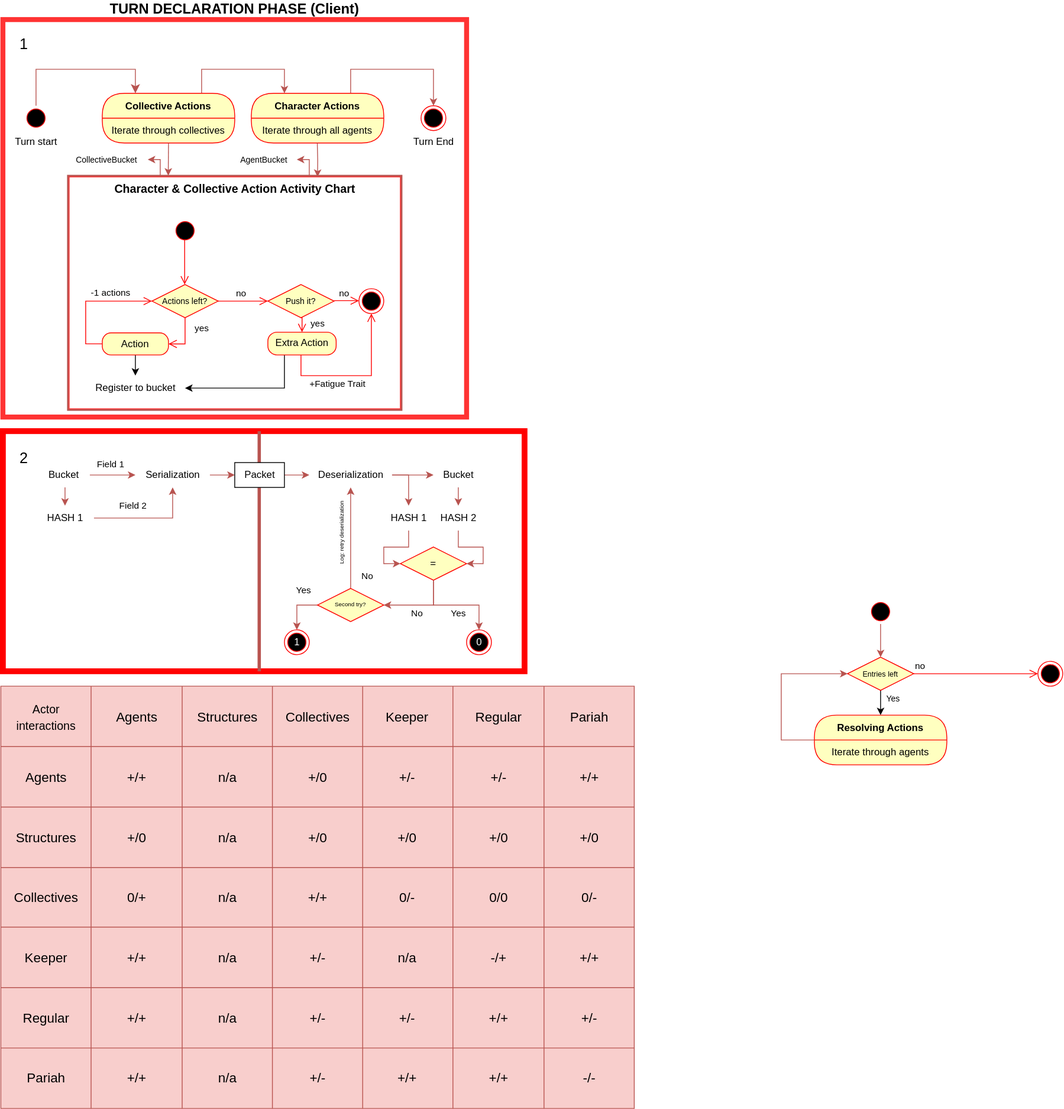
Earlier version of the draw.io export TheProspector/Assets/Schematics/Activity.svg (SakuNurmiranta/TheProspector). Source tidied: cells renumbered, new cells last; positions are measured from the earlier drawing's top-left corner, leaving out a move shared by most shapes.
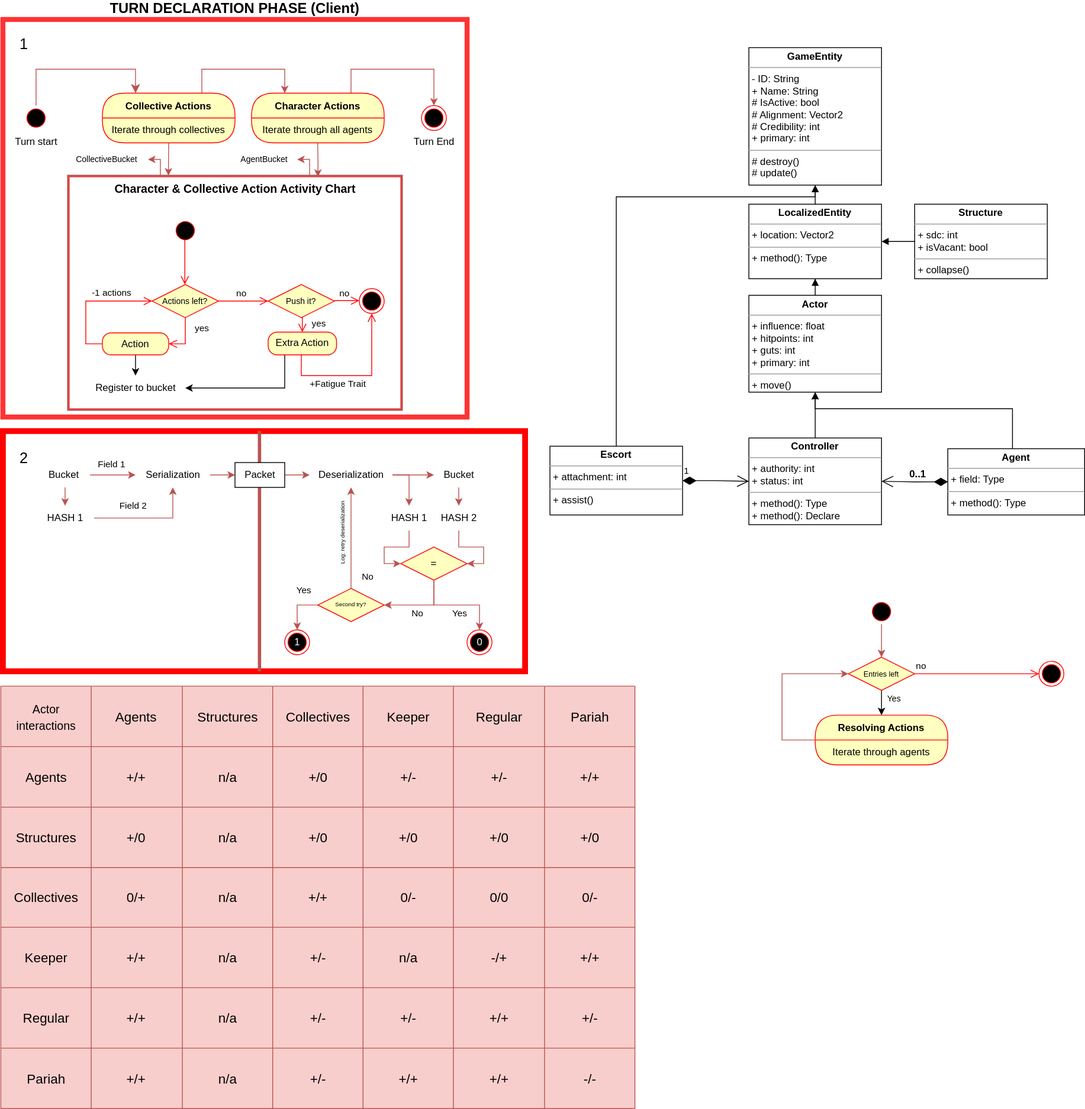
Above is the later version.

Commit message:
Defined GAmeEntity and derivates on paper

The edit, as a diff of the source:
```diff
@@ -537,5 +537,60 @@
     <mxCell id="147" value="1&lt;br style=&quot;font-size: 18px;&quot;&gt;" style="text;html=1;align=center;verticalAlign=middle;strokeColor=none;fillColor=none;fontSize=18;" parent="1" vertex="1">
       <mxGeometry x="12" y="10" width="30" height="40" as="geometry" />
     </mxCell>
+    <mxCell id="148" value="&lt;p style=&quot;margin:0px;margin-top:4px;text-align:center;&quot;&gt;&lt;b&gt;GameEntity&lt;/b&gt;&lt;/p&gt;&lt;hr size=&quot;1&quot;&gt;&lt;p style=&quot;margin:0px;margin-left:4px;&quot;&gt;- ID: String&lt;/p&gt;&lt;p style=&quot;border-color: var(--border-color); margin: 0px 0px 0px 4px;&quot;&gt;+ Name: String&lt;/p&gt;&lt;p style=&quot;border-color: var(--border-color); margin: 0px 0px 0px 4px;&quot;&gt;# IsActive: bool&lt;/p&gt;&lt;p style=&quot;border-color: var(--border-color); margin: 0px 0px 0px 4px;&quot;&gt;# Alignment: Vector2&lt;/p&gt;&lt;p style=&quot;border-color: var(--border-color); margin: 0px 0px 0px 4px;&quot;&gt;# Credibility: int&lt;/p&gt;&lt;p style=&quot;border-color: var(--border-color); margin: 0px 0px 0px 4px;&quot;&gt;+ primary: int&lt;/p&gt;&lt;hr size=&quot;1&quot;&gt;&lt;p style=&quot;margin:0px;margin-left:4px;&quot;&gt;&lt;span style=&quot;background-color: initial;&quot;&gt;# destroy()&lt;/span&gt;&lt;br&gt;&lt;/p&gt;&lt;p style=&quot;margin:0px;margin-left:4px;&quot;&gt;# update()&lt;/p&gt;" style="verticalAlign=top;align=left;overflow=fill;fontSize=12;fontFamily=Helvetica;html=1;whiteSpace=wrap;" parent="1" vertex="1">
+      <mxGeometry x="902" y="34" width="160" height="166" as="geometry" />
+    </mxCell>
+    <mxCell id="149" style="edgeStyle=orthogonalEdgeStyle;rounded=0;jettySize=auto;html=1;entryX=0.5;entryY=1;entryDx=0;entryDy=0;endArrow=block;endFill=1;" parent="1" edge="1" source="150" target="155">
+      <mxGeometry relative="1" as="geometry" />
+    </mxCell>
+    <mxCell id="150" value="&lt;p style=&quot;margin:0px;margin-top:4px;text-align:center;&quot;&gt;&lt;b&gt;Controller&lt;/b&gt;&lt;/p&gt;&lt;hr size=&quot;1&quot;&gt;&lt;p style=&quot;margin:0px;margin-left:4px;&quot;&gt;+ authority: int&lt;/p&gt;&lt;p style=&quot;margin:0px;margin-left:4px;&quot;&gt;+ status: int&lt;/p&gt;&lt;hr size=&quot;1&quot;&gt;&lt;p style=&quot;margin:0px;margin-left:4px;&quot;&gt;+ method(): Type&lt;/p&gt;&lt;p style=&quot;margin:0px;margin-left:4px;&quot;&gt;+ method(): Declare&lt;/p&gt;" style="verticalAlign=top;align=left;overflow=fill;fontSize=12;fontFamily=Helvetica;html=1;whiteSpace=wrap;" parent="1" vertex="1">
+      <mxGeometry x="902" y="505.3" width="160" height="104.7" as="geometry" />
+    </mxCell>
+    <mxCell id="151" style="edgeStyle=orthogonalEdgeStyle;rounded=0;jettySize=auto;html=1;entryX=0.5;entryY=1;entryDx=0;entryDy=0;" parent="1" edge="1" source="152" target="155">
+      <mxGeometry relative="1" as="geometry">
+        <Array as="points">
+          <mxPoint x="1220" y="470" />
+          <mxPoint x="982" y="470" />
+        </Array>
+      </mxGeometry>
+    </mxCell>
+    <mxCell id="152" value="&lt;p style=&quot;margin:0px;margin-top:4px;text-align:center;&quot;&gt;&lt;b&gt;Agent&lt;/b&gt;&lt;/p&gt;&lt;hr size=&quot;1&quot;&gt;&lt;p style=&quot;margin:0px;margin-left:4px;&quot;&gt;+ field: Type&lt;/p&gt;&lt;hr size=&quot;1&quot;&gt;&lt;p style=&quot;margin:0px;margin-left:4px;&quot;&gt;+ method(): Type&lt;/p&gt;" style="verticalAlign=top;align=left;overflow=fill;fontSize=12;fontFamily=Helvetica;html=1;whiteSpace=wrap;" parent="1" vertex="1">
+      <mxGeometry x="1142" y="518.2" width="165" height="80" as="geometry" />
+    </mxCell>
+    <mxCell id="153" value="&lt;font style=&quot;font-size: 12px;&quot;&gt;&lt;b&gt;0..1&lt;/b&gt;&lt;/font&gt;" style="endArrow=open;html=1;endSize=12;startArrow=diamondThin;startSize=14;startFill=1;edgeStyle=orthogonalEdgeStyle;align=left;verticalAlign=bottom;rounded=0;exitX=0;exitY=0.5;exitDx=0;exitDy=0;entryX=1;entryY=0.5;entryDx=0;entryDy=0;" parent="1" edge="1" source="152" target="150">
+      <mxGeometry x="0.2" relative="1" as="geometry" />
+    </mxCell>
+    <mxCell id="154" style="edgeStyle=orthogonalEdgeStyle;rounded=0;jettySize=auto;html=1;endArrow=block;endFill=1;" parent="1" edge="1" source="155" target="160">
+      <mxGeometry relative="1" as="geometry" />
+    </mxCell>
+    <mxCell id="155" value="&lt;p style=&quot;margin:0px;margin-top:4px;text-align:center;&quot;&gt;&lt;b&gt;Actor&lt;/b&gt;&lt;/p&gt;&lt;hr size=&quot;1&quot;&gt;&lt;p style=&quot;margin:0px;margin-left:4px;&quot;&gt;&lt;span style=&quot;background-color: initial;&quot;&gt;+ influence: float&lt;/span&gt;&lt;br&gt;&lt;/p&gt;&lt;p style=&quot;margin:0px;margin-left:4px;&quot;&gt;&lt;span style=&quot;background-color: initial;&quot;&gt;+ hitpoints: int&lt;/span&gt;&lt;/p&gt;&lt;p style=&quot;margin:0px;margin-left:4px;&quot;&gt;&lt;span style=&quot;background-color: initial;&quot;&gt;+ guts: int&lt;/span&gt;&lt;/p&gt;&lt;p style=&quot;margin:0px;margin-left:4px;&quot;&gt;&lt;span style=&quot;background-color: initial;&quot;&gt;+ primary: int&lt;/span&gt;&lt;/p&gt;&lt;hr size=&quot;1&quot;&gt;&lt;p style=&quot;margin:0px;margin-left:4px;&quot;&gt;+ move()&lt;/p&gt;" style="verticalAlign=top;align=left;overflow=fill;fontSize=12;fontFamily=Helvetica;html=1;whiteSpace=wrap;" parent="1" vertex="1">
+      <mxGeometry x="902" y="333.1" width="160" height="116.9" as="geometry" />
+    </mxCell>
+    <mxCell id="156" style="edgeStyle=orthogonalEdgeStyle;rounded=0;jettySize=auto;html=1;entryX=0.5;entryY=1;entryDx=0;entryDy=0;endArrow=block;endFill=1;" parent="1" edge="1" source="157" target="148">
+      <mxGeometry relative="1" as="geometry">
+        <Array as="points">
+          <mxPoint x="742" y="214.1" />
+          <mxPoint x="982" y="214.1" />
+        </Array>
+      </mxGeometry>
+    </mxCell>
+    <mxCell id="157" value="&lt;p style=&quot;margin:0px;margin-top:4px;text-align:center;&quot;&gt;&lt;b&gt;Escort&lt;/b&gt;&lt;/p&gt;&lt;hr size=&quot;1&quot;&gt;&lt;p style=&quot;margin:0px;margin-left:4px;&quot;&gt;+ attachment: int&lt;br&gt;&lt;/p&gt;&lt;hr size=&quot;1&quot;&gt;&lt;p style=&quot;margin:0px;margin-left:4px;&quot;&gt;+ assist()&lt;/p&gt;" style="verticalAlign=top;align=left;overflow=fill;fontSize=12;fontFamily=Helvetica;html=1;whiteSpace=wrap;" parent="1" vertex="1">
+      <mxGeometry x="662" y="515.2" width="160" height="83" as="geometry" />
+    </mxCell>
+    <mxCell id="158" value="1" style="endArrow=open;html=1;endSize=12;startArrow=diamondThin;startSize=14;startFill=1;edgeStyle=orthogonalEdgeStyle;align=left;verticalAlign=bottom;rounded=0;" parent="1" edge="1" source="157" target="150">
+      <mxGeometry x="-1" y="3" relative="1" as="geometry" />
+    </mxCell>
+    <mxCell id="159" style="edgeStyle=orthogonalEdgeStyle;rounded=0;jettySize=auto;html=1;endArrow=block;endFill=1;" parent="1" edge="1" source="160" target="148">
+      <mxGeometry relative="1" as="geometry" />
+    </mxCell>
+    <mxCell id="160" value="&lt;p style=&quot;margin:0px;margin-top:4px;text-align:center;&quot;&gt;&lt;b&gt;LocalizedEntity&lt;/b&gt;&lt;/p&gt;&lt;hr size=&quot;1&quot;&gt;&lt;p style=&quot;margin:0px;margin-left:4px;&quot;&gt;+ location: Vector2&lt;/p&gt;&lt;hr size=&quot;1&quot;&gt;&lt;p style=&quot;margin:0px;margin-left:4px;&quot;&gt;+ method(): Type&lt;/p&gt;" style="verticalAlign=top;align=left;overflow=fill;fontSize=12;fontFamily=Helvetica;html=1;whiteSpace=wrap;" parent="1" vertex="1">
+      <mxGeometry x="902" y="223.1" width="160" height="90" as="geometry" />
+    </mxCell>
+    <mxCell id="161" style="edgeStyle=orthogonalEdgeStyle;rounded=0;jettySize=auto;html=1;entryX=1;entryY=0.5;entryDx=0;entryDy=0;endArrow=block;endFill=1;" parent="1" edge="1" source="162" target="160">
+      <mxGeometry relative="1" as="geometry" />
+    </mxCell>
+    <mxCell id="162" value="&lt;p style=&quot;margin:0px;margin-top:4px;text-align:center;&quot;&gt;&lt;b&gt;Structure&lt;/b&gt;&lt;/p&gt;&lt;hr size=&quot;1&quot;&gt;&lt;p style=&quot;margin:0px;margin-left:4px;&quot;&gt;+ sdc: int&lt;/p&gt;&lt;p style=&quot;margin:0px;margin-left:4px;&quot;&gt;+ isVacant: bool&lt;/p&gt;&lt;hr size=&quot;1&quot;&gt;&lt;p style=&quot;margin:0px;margin-left:4px;&quot;&gt;+ collapse()&lt;/p&gt;" style="verticalAlign=top;align=left;overflow=fill;fontSize=12;fontFamily=Helvetica;html=1;whiteSpace=wrap;" parent="1" vertex="1">
+      <mxGeometry x="1102" y="223.1" width="160" height="90" as="geometry" />
+    </mxCell>
   </root>
 </mxGraphModel>
```
